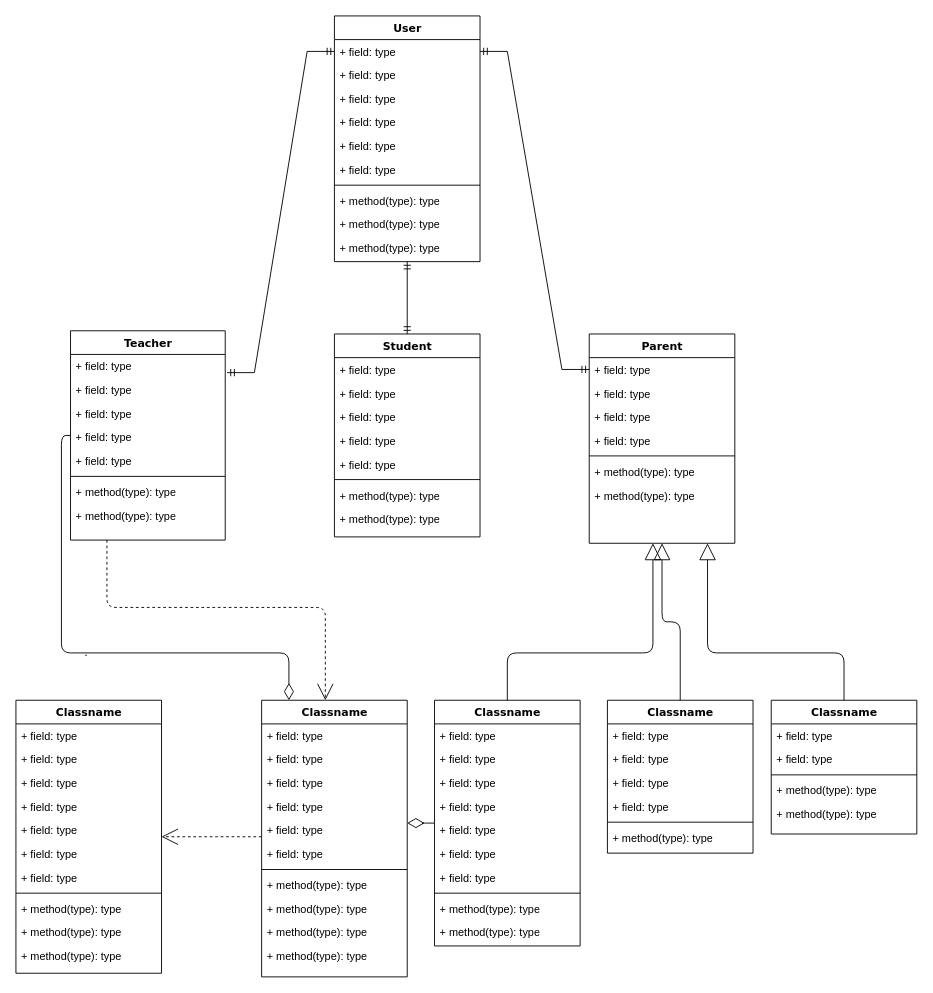
Before: Kokuban.drawio in Cmatrix1/Description-School-Project, a draw.io diagram. Source tidied: cells renumbered, new cells numbered last; positions are measured from the earlier drawing's top-left corner, leaving out a move shared by most shapes. Both pictures are drawn from the tidied source at 91%, with x=0, y=0 at pixel (15, 15).
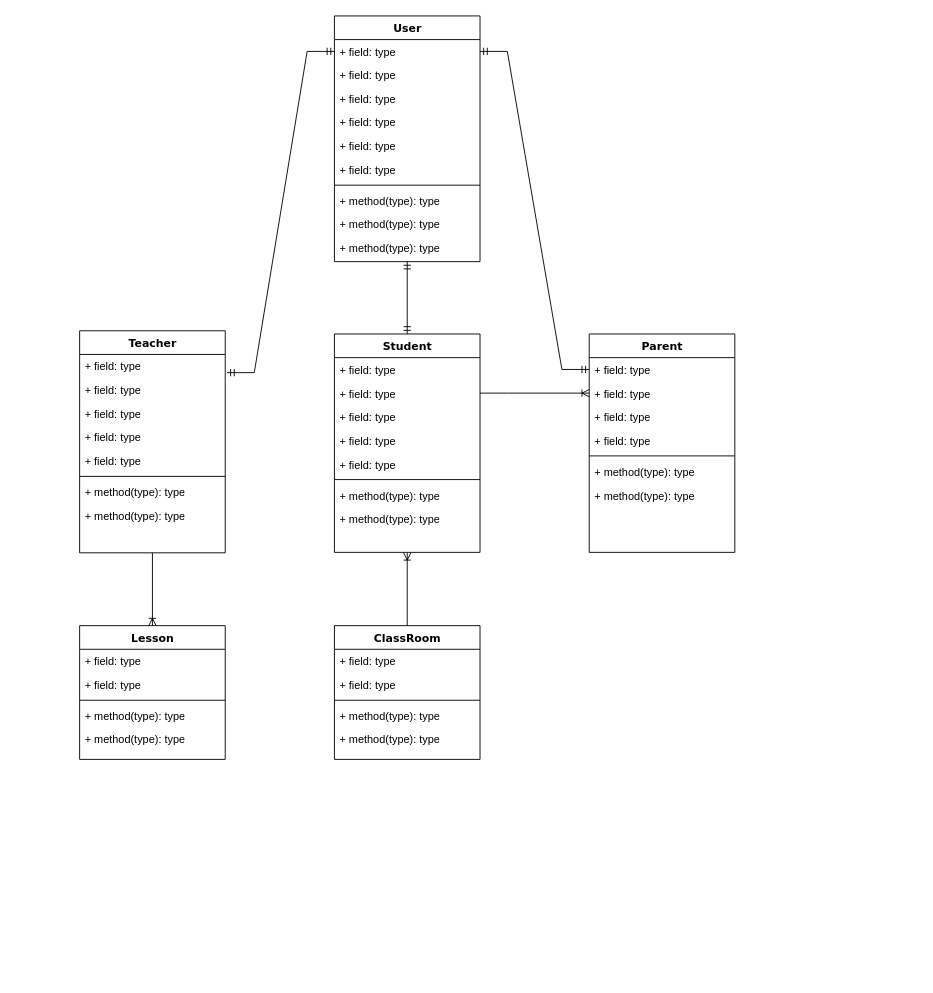
The same page after the edit.

The change refers to these unchanged cells:
```xml
<mxCell id="26" value="+ field: type" style="text;html=1;strokeColor=none;fillColor=none;align=left;verticalAlign=top;spacingLeft=4;spacingRight=4;whiteSpace=wrap;overflow=hidden;points=[[0,0.5],[1,0.5]];portConstraint=eastwest;" parent="24" vertex="1">
  <mxGeometry y="52" width="160" height="26" as="geometry" />
</mxCell>
<mxCell id="87" value="+ field: type" style="text;html=1;strokeColor=none;fillColor=none;align=left;verticalAlign=top;spacingLeft=4;spacingRight=4;whiteSpace=wrap;overflow=hidden;points=[[0,0.5],[1,0.5]];portConstraint=eastwest;" parent="85" vertex="1">
  <mxGeometry y="52" width="160" height="26" as="geometry" />
</mxCell>
```

Change to the diagram source:
```diff
@@
-    <mxCell id="2" style="edgeStyle=orthogonalEdgeStyle;html=1;labelBackgroundColor=none;startFill=0;startSize=8;endArrow=open;endFill=0;endSize=16;fontFamily=Verdana;fontSize=12;dashed=1;" parent="1" edge="1" source="4" target="46">
-      <mxGeometry relative="1" as="geometry">
-        <Array as="points">
-          <mxPoint x="100" y="650" />
-          <mxPoint x="340" y="650" />
-        </Array>
-      </mxGeometry>
-    </mxCell>
-    <mxCell id="3" value="." style="edgeStyle=orthogonalEdgeStyle;html=1;labelBackgroundColor=none;startFill=0;startSize=8;endArrow=diamondThin;endFill=0;endSize=16;fontFamily=Verdana;fontSize=12;" parent="1" edge="1" source="4" target="46">
-      <mxGeometry relative="1" as="geometry">
-        <Array as="points">
-          <mxPoint x="50" y="700" />
-          <mxPoint x="300" y="700" />
-        </Array>
-      </mxGeometry>
-    </mxCell>
     <mxCell id="4" value="Teacher" style="swimlane;html=1;fontStyle=1;align=center;verticalAlign=top;horizontal=1;startSize=26;swimlaneFillColor=#ffffff;rounded=0;shadow=0;comic=0;labelBackgroundColor=none;strokeWidth=1;fillColor=none;fontFamily=Verdana;fontSize=12;" parent="1" vertex="1">
-      <mxGeometry x="60" y="346" width="170" height="230" as="geometry" />
+      <mxGeometry x="70" y="346" width="160" height="244" as="geometry" />
     </mxCell>
     <mxCell id="5" value="+ field: type" style="text;html=1;strokeColor=none;fillColor=none;align=left;verticalAlign=top;spacingLeft=4;spacingRight=4;whiteSpace=wrap;overflow=hidden;points=[[0,0.5],[1,0.5]];portConstraint=eastwest;" parent="4" vertex="1">
-      <mxGeometry y="26" width="170" height="26" as="geometry" />
+      <mxGeometry y="26" width="160" height="26" as="geometry" />
     </mxCell>
     <mxCell id="6" value="+ field: type" style="text;html=1;strokeColor=none;fillColor=none;align=left;verticalAlign=top;spacingLeft=4;spacingRight=4;whiteSpace=wrap;overflow=hidden;" parent="4" vertex="1">
-      <mxGeometry y="52" width="170" height="26" as="geometry" />
+      <mxGeometry y="52" width="160" height="26" as="geometry" />
     </mxCell>
     <mxCell id="7" value="+ field: type" style="text;html=1;strokeColor=none;fillColor=none;align=left;verticalAlign=top;spacingLeft=4;spacingRight=4;whiteSpace=wrap;overflow=hidden;" parent="4" vertex="1">
-      <mxGeometry y="78" width="170" height="26" as="geometry" />
+      <mxGeometry y="78" width="160" height="26" as="geometry" />
     </mxCell>
     <mxCell id="8" value="+ field: type" style="text;html=1;strokeColor=none;fillColor=none;align=left;verticalAlign=top;spacingLeft=4;spacingRight=4;whiteSpace=wrap;overflow=hidden;" parent="4" vertex="1">
-      <mxGeometry y="104" width="170" height="26" as="geometry" />
+      <mxGeometry y="104" width="160" height="26" as="geometry" />
     </mxCell>
     <mxCell id="9" value="+ field: type" style="text;html=1;strokeColor=none;fillColor=none;align=left;verticalAlign=top;spacingLeft=4;spacingRight=4;whiteSpace=wrap;overflow=hidden;" parent="4" vertex="1">
-      <mxGeometry y="130" width="170" height="26" as="geometry" />
+      <mxGeometry y="130" width="160" height="26" as="geometry" />
     </mxCell>
     <mxCell id="10" style="line;html=1;strokeWidth=1;fillColor=none;align=left;verticalAlign=middle;spacingTop=-1;spacingLeft=3;spacingRight=3;labelPosition=right;" parent="4" vertex="1">
-      <mxGeometry y="156" width="170" height="8" as="geometry" />
+      <mxGeometry y="156" width="160" height="8" as="geometry" />
     </mxCell>
     <mxCell id="11" value="+ method(type): type" style="text;html=1;strokeColor=none;fillColor=none;align=left;verticalAlign=top;spacingLeft=4;spacingRight=4;whiteSpace=wrap;overflow=hidden;" parent="4" vertex="1">
-      <mxGeometry y="164" width="170" height="26" as="geometry" />
+      <mxGeometry y="164" width="160" height="26" as="geometry" />
     </mxCell>
     <mxCell id="12" value="+ method(type): type" style="text;html=1;strokeColor=none;fillColor=none;align=left;verticalAlign=top;spacingLeft=4;spacingRight=4;whiteSpace=wrap;overflow=hidden;" parent="4" vertex="1">
-      <mxGeometry y="190" width="170" height="26" as="geometry" />
+      <mxGeometry y="190" width="160" height="26" as="geometry" />
     </mxCell>
@@
     <mxCell id="24" value="Parent" style="swimlane;html=1;fontStyle=1;align=center;verticalAlign=top;horizontal=1;startSize=26;swimlaneFillColor=#ffffff;rounded=0;shadow=0;comic=0;labelBackgroundColor=none;strokeWidth=1;fillColor=none;fontFamily=Verdana;fontSize=12;" parent="1" vertex="1">
-      <mxGeometry x="630" y="349.5" width="160" height="230" as="geometry" />
+      <mxGeometry x="630" y="349.5" width="160" height="240" as="geometry" />
     </mxCell>
@@
     <mxCell id="31" value="+ method(type): type" style="text;html=1;strokeColor=none;fillColor=none;align=left;verticalAlign=top;spacingLeft=4;spacingRight=4;whiteSpace=wrap;overflow=hidden;" parent="24" vertex="1">
-      <mxGeometry y="164" width="160" height="66" as="geometry" />
+      <mxGeometry y="164" width="160" height="76" as="geometry" />
     </mxCell>
-    <mxCell id="32" style="edgeStyle=elbowEdgeStyle;html=1;labelBackgroundColor=none;startFill=0;startSize=8;endArrow=open;endFill=0;endSize=16;fontFamily=Verdana;fontSize=12;elbow=vertical;dashed=1;" parent="1" edge="1" source="46" target="33">
-      <mxGeometry relative="1" as="geometry" />
-    </mxCell>
-    <mxCell id="33" value="Classname" style="swimlane;html=1;fontStyle=1;align=center;verticalAlign=top;horizontal=1;startSize=26;swimlaneFillColor=#ffffff;rounded=0;shadow=0;comic=0;labelBackgroundColor=none;strokeWidth=1;fillColor=none;fontFamily=Verdana;fontSize=12;" parent="1" vertex="1">
-      <mxGeometry y="752" width="160" height="300" as="geometry" />
-    </mxCell>
-    <mxCell id="34" value="+ field: type" style="text;html=1;strokeColor=none;fillColor=none;align=left;verticalAlign=top;spacingLeft=4;spacingRight=4;whiteSpace=wrap;overflow=hidden;" parent="33" vertex="1">
-      <mxGeometry y="26" width="160" height="26" as="geometry" />
-    </mxCell>
-    <mxCell id="35" value="+ field: type" style="text;html=1;strokeColor=none;fillColor=none;align=left;verticalAlign=top;spacingLeft=4;spacingRight=4;whiteSpace=wrap;overflow=hidden;" parent="33" vertex="1">
-      <mxGeometry y="52" width="160" height="26" as="geometry" />
-    </mxCell>
-    <mxCell id="36" value="+ field: type" style="text;html=1;strokeColor=none;fillColor=none;align=left;verticalAlign=top;spacingLeft=4;spacingRight=4;whiteSpace=wrap;overflow=hidden;" parent="33" vertex="1">
-      <mxGeometry y="78" width="160" height="26" as="geometry" />
-    </mxCell>
-    <mxCell id="37" value="+ field: type" style="text;html=1;strokeColor=none;fillColor=none;align=left;verticalAlign=top;spacingLeft=4;spacingRight=4;whiteSpace=wrap;overflow=hidden;" parent="33" vertex="1">
-      <mxGeometry y="104" width="160" height="26" as="geometry" />
-    </mxCell>
-    <mxCell id="38" value="+ field: type" style="text;html=1;strokeColor=none;fillColor=none;align=left;verticalAlign=top;spacingLeft=4;spacingRight=4;whiteSpace=wrap;overflow=hidden;" parent="33" vertex="1">
-      <mxGeometry y="130" width="160" height="26" as="geometry" />
-    </mxCell>
-    <mxCell id="39" value="+ field: type" style="text;html=1;strokeColor=none;fillColor=none;align=left;verticalAlign=top;spacingLeft=4;spacingRight=4;whiteSpace=wrap;overflow=hidden;" parent="33" vertex="1">
-      <mxGeometry y="156" width="160" height="26" as="geometry" />
-    </mxCell>
-    <mxCell id="40" value="+ field: type" style="text;html=1;strokeColor=none;fillColor=none;align=left;verticalAlign=top;spacingLeft=4;spacingRight=4;whiteSpace=wrap;overflow=hidden;" parent="33" vertex="1">
-      <mxGeometry y="182" width="160" height="26" as="geometry" />
-    </mxCell>
-    <mxCell id="41" style="line;html=1;strokeWidth=1;fillColor=none;align=left;verticalAlign=middle;spacingTop=-1;spacingLeft=3;spacingRight=3;labelPosition=right;" parent="33" vertex="1">
-      <mxGeometry y="208" width="160" height="8" as="geometry" />
-    </mxCell>
-    <mxCell id="42" value="+ method(type): type" style="text;html=1;strokeColor=none;fillColor=none;align=left;verticalAlign=top;spacingLeft=4;spacingRight=4;whiteSpace=wrap;overflow=hidden;" parent="33" vertex="1">
-      <mxGeometry y="216" width="160" height="26" as="geometry" />
-    </mxCell>
-    <mxCell id="43" value="+ method(type): type" style="text;html=1;strokeColor=none;fillColor=none;align=left;verticalAlign=top;spacingLeft=4;spacingRight=4;whiteSpace=wrap;overflow=hidden;" parent="33" vertex="1">
-      <mxGeometry y="242" width="160" height="26" as="geometry" />
-    </mxCell>
-    <mxCell id="44" value="+ method(type): type" style="text;html=1;strokeColor=none;fillColor=none;align=left;verticalAlign=top;spacingLeft=4;spacingRight=4;whiteSpace=wrap;overflow=hidden;" parent="33" vertex="1">
-      <mxGeometry y="268" width="160" height="26" as="geometry" />
-    </mxCell>
-    <mxCell id="45" style="edgeStyle=elbowEdgeStyle;html=1;labelBackgroundColor=none;startFill=0;startSize=8;endArrow=diamondThin;endFill=0;endSize=16;fontFamily=Verdana;fontSize=12;elbow=vertical;" parent="1" edge="1" source="59" target="46">
-      <mxGeometry relative="1" as="geometry" />
-    </mxCell>
-    <mxCell id="46" value="Classname" style="swimlane;html=1;fontStyle=1;align=center;verticalAlign=top;horizontal=1;startSize=26;swimlaneFillColor=#ffffff;rounded=0;shadow=0;comic=0;labelBackgroundColor=none;strokeWidth=1;fillColor=none;fontFamily=Verdana;fontSize=12;" parent="1" vertex="1">
-      <mxGeometry x="270" y="752" width="160" height="304" as="geometry" />
-    </mxCell>
-    <mxCell id="47" value="+ field: type" style="text;html=1;strokeColor=none;fillColor=none;align=left;verticalAlign=top;spacingLeft=4;spacingRight=4;whiteSpace=wrap;overflow=hidden;" parent="46" vertex="1">
-      <mxGeometry y="26" width="160" height="26" as="geometry" />
-    </mxCell>
-    <mxCell id="48" value="+ field: type" style="text;html=1;strokeColor=none;fillColor=none;align=left;verticalAlign=top;spacingLeft=4;spacingRight=4;whiteSpace=wrap;overflow=hidden;" parent="46" vertex="1">
-      <mxGeometry y="52" width="160" height="26" as="geometry" />
-    </mxCell>
-    <mxCell id="49" value="+ field: type" style="text;html=1;strokeColor=none;fillColor=none;align=left;verticalAlign=top;spacingLeft=4;spacingRight=4;whiteSpace=wrap;overflow=hidden;" parent="46" vertex="1">
-      <mxGeometry y="78" width="160" height="26" as="geometry" />
-    </mxCell>
-    <mxCell id="50" value="+ field: type" style="text;html=1;strokeColor=none;fillColor=none;align=left;verticalAlign=top;spacingLeft=4;spacingRight=4;whiteSpace=wrap;overflow=hidden;" parent="46" vertex="1">
-      <mxGeometry y="104" width="160" height="26" as="geometry" />
-    </mxCell>
-    <mxCell id="51" value="+ field: type" style="text;html=1;strokeColor=none;fillColor=none;align=left;verticalAlign=top;spacingLeft=4;spacingRight=4;whiteSpace=wrap;overflow=hidden;" parent="46" vertex="1">
-      <mxGeometry y="130" width="160" height="26" as="geometry" />
-    </mxCell>
-    <mxCell id="52" value="+ field: type" style="text;html=1;strokeColor=none;fillColor=none;align=left;verticalAlign=top;spacingLeft=4;spacingRight=4;whiteSpace=wrap;overflow=hidden;" parent="46" vertex="1">
-      <mxGeometry y="156" width="160" height="26" as="geometry" />
-    </mxCell>
-    <mxCell id="53" style="line;html=1;strokeWidth=1;fillColor=none;align=left;verticalAlign=middle;spacingTop=-1;spacingLeft=3;spacingRight=3;labelPosition=right;" parent="46" vertex="1">
-      <mxGeometry y="182" width="160" height="8" as="geometry" />
-    </mxCell>
-    <mxCell id="54" value="+ method(type): type" style="text;html=1;strokeColor=none;fillColor=none;align=left;verticalAlign=top;spacingLeft=4;spacingRight=4;whiteSpace=wrap;overflow=hidden;" parent="46" vertex="1">
-      <mxGeometry y="190" width="160" height="26" as="geometry" />
-    </mxCell>
-    <mxCell id="55" value="+ method(type): type" style="text;html=1;strokeColor=none;fillColor=none;align=left;verticalAlign=top;spacingLeft=4;spacingRight=4;whiteSpace=wrap;overflow=hidden;" parent="46" vertex="1">
-      <mxGeometry y="216" width="160" height="26" as="geometry" />
-    </mxCell>
-    <mxCell id="56" value="+ method(type): type" style="text;html=1;strokeColor=none;fillColor=none;align=left;verticalAlign=top;spacingLeft=4;spacingRight=4;whiteSpace=wrap;overflow=hidden;" parent="46" vertex="1">
-      <mxGeometry y="242" width="160" height="26" as="geometry" />
-    </mxCell>
-    <mxCell id="57" value="+ method(type): type" style="text;html=1;strokeColor=none;fillColor=none;align=left;verticalAlign=top;spacingLeft=4;spacingRight=4;whiteSpace=wrap;overflow=hidden;" parent="46" vertex="1">
-      <mxGeometry y="268" width="160" height="26" as="geometry" />
-    </mxCell>
-    <mxCell id="58" style="edgeStyle=orthogonalEdgeStyle;html=1;labelBackgroundColor=none;startFill=0;startSize=8;endArrow=block;endFill=0;endSize=16;fontFamily=Verdana;fontSize=12;" parent="1" edge="1" source="59" target="24">
-      <mxGeometry relative="1" as="geometry">
-        <Array as="points">
-          <mxPoint x="540" y="700" />
-          <mxPoint x="700" y="700" />
-        </Array>
-      </mxGeometry>
-    </mxCell>
-    <mxCell id="59" value="Classname" style="swimlane;html=1;fontStyle=1;align=center;verticalAlign=top;horizontal=1;startSize=26;swimlaneFillColor=#ffffff;rounded=0;shadow=0;comic=0;labelBackgroundColor=none;strokeWidth=1;fillColor=none;fontFamily=Verdana;fontSize=12;" parent="1" vertex="1">
-      <mxGeometry x="460" y="752" width="160" height="270" as="geometry" />
-    </mxCell>
-    <mxCell id="60" value="+ field: type" style="text;html=1;strokeColor=none;fillColor=none;align=left;verticalAlign=top;spacingLeft=4;spacingRight=4;whiteSpace=wrap;overflow=hidden;" parent="59" vertex="1">
-      <mxGeometry y="26" width="160" height="26" as="geometry" />
-    </mxCell>
-    <mxCell id="61" value="+ field: type" style="text;html=1;strokeColor=none;fillColor=none;align=left;verticalAlign=top;spacingLeft=4;spacingRight=4;whiteSpace=wrap;overflow=hidden;" parent="59" vertex="1">
-      <mxGeometry y="52" width="160" height="26" as="geometry" />
-    </mxCell>
-    <mxCell id="62" value="+ field: type" style="text;html=1;strokeColor=none;fillColor=none;align=left;verticalAlign=top;spacingLeft=4;spacingRight=4;whiteSpace=wrap;overflow=hidden;" parent="59" vertex="1">
-      <mxGeometry y="78" width="160" height="26" as="geometry" />
-    </mxCell>
-    <mxCell id="63" value="+ field: type" style="text;html=1;strokeColor=none;fillColor=none;align=left;verticalAlign=top;spacingLeft=4;spacingRight=4;whiteSpace=wrap;overflow=hidden;" parent="59" vertex="1">
-      <mxGeometry y="104" width="160" height="26" as="geometry" />
-    </mxCell>
-    <mxCell id="64" value="+ field: type" style="text;html=1;strokeColor=none;fillColor=none;align=left;verticalAlign=top;spacingLeft=4;spacingRight=4;whiteSpace=wrap;overflow=hidden;" parent="59" vertex="1">
-      <mxGeometry y="130" width="160" height="26" as="geometry" />
-    </mxCell>
-    <mxCell id="65" value="+ field: type" style="text;html=1;strokeColor=none;fillColor=none;align=left;verticalAlign=top;spacingLeft=4;spacingRight=4;whiteSpace=wrap;overflow=hidden;" parent="59" vertex="1">
-      <mxGeometry y="156" width="160" height="26" as="geometry" />
-    </mxCell>
-    <mxCell id="66" value="+ field: type" style="text;html=1;strokeColor=none;fillColor=none;align=left;verticalAlign=top;spacingLeft=4;spacingRight=4;whiteSpace=wrap;overflow=hidden;" parent="59" vertex="1">
-      <mxGeometry y="182" width="160" height="26" as="geometry" />
-    </mxCell>
-    <mxCell id="67" style="line;html=1;strokeWidth=1;fillColor=none;align=left;verticalAlign=middle;spacingTop=-1;spacingLeft=3;spacingRight=3;labelPosition=right;" parent="59" vertex="1">
-      <mxGeometry y="208" width="160" height="8" as="geometry" />
-    </mxCell>
-    <mxCell id="68" value="+ method(type): type" style="text;html=1;strokeColor=none;fillColor=none;align=left;verticalAlign=top;spacingLeft=4;spacingRight=4;whiteSpace=wrap;overflow=hidden;" parent="59" vertex="1">
-      <mxGeometry y="216" width="160" height="26" as="geometry" />
-    </mxCell>
-    <mxCell id="69" value="+ method(type): type" style="text;html=1;strokeColor=none;fillColor=none;align=left;verticalAlign=top;spacingLeft=4;spacingRight=4;whiteSpace=wrap;overflow=hidden;" parent="59" vertex="1">
-      <mxGeometry y="242" width="160" height="26" as="geometry" />
-    </mxCell>
-    <mxCell id="70" style="edgeStyle=orthogonalEdgeStyle;html=1;labelBackgroundColor=none;startFill=0;startSize=8;endArrow=block;endFill=0;endSize=16;fontFamily=Verdana;fontSize=12;" parent="1" edge="1" source="71" target="24">
-      <mxGeometry relative="1" as="geometry" />
-    </mxCell>
-    <mxCell id="71" value="Classname" style="swimlane;html=1;fontStyle=1;align=center;verticalAlign=top;horizontal=1;startSize=26;swimlaneFillColor=#ffffff;rounded=0;shadow=0;comic=0;labelBackgroundColor=none;strokeWidth=1;fillColor=none;fontFamily=Verdana;fontSize=12;" parent="1" vertex="1">
-      <mxGeometry x="650" y="752" width="160" height="168" as="geometry" />
-    </mxCell>
-    <mxCell id="72" value="+ field: type" style="text;html=1;strokeColor=none;fillColor=none;align=left;verticalAlign=top;spacingLeft=4;spacingRight=4;whiteSpace=wrap;overflow=hidden;" parent="71" vertex="1">
-      <mxGeometry y="26" width="160" height="26" as="geometry" />
-    </mxCell>
-    <mxCell id="73" value="+ field: type" style="text;html=1;strokeColor=none;fillColor=none;align=left;verticalAlign=top;spacingLeft=4;spacingRight=4;whiteSpace=wrap;overflow=hidden;" parent="71" vertex="1">
-      <mxGeometry y="52" width="160" height="26" as="geometry" />
-    </mxCell>
-    <mxCell id="74" value="+ field: type" style="text;html=1;strokeColor=none;fillColor=none;align=left;verticalAlign=top;spacingLeft=4;spacingRight=4;whiteSpace=wrap;overflow=hidden;" parent="71" vertex="1">
-      <mxGeometry y="78" width="160" height="26" as="geometry" />
-    </mxCell>
-    <mxCell id="75" value="+ field: type" style="text;html=1;strokeColor=none;fillColor=none;align=left;verticalAlign=top;spacingLeft=4;spacingRight=4;whiteSpace=wrap;overflow=hidden;" parent="71" vertex="1">
-      <mxGeometry y="104" width="160" height="26" as="geometry" />
-    </mxCell>
-    <mxCell id="76" style="line;html=1;strokeWidth=1;fillColor=none;align=left;verticalAlign=middle;spacingTop=-1;spacingLeft=3;spacingRight=3;labelPosition=right;" parent="71" vertex="1">
-      <mxGeometry y="130" width="160" height="8" as="geometry" />
-    </mxCell>
-    <mxCell id="77" value="+ method(type): type" style="text;html=1;strokeColor=none;fillColor=none;align=left;verticalAlign=top;spacingLeft=4;spacingRight=4;whiteSpace=wrap;overflow=hidden;" parent="71" vertex="1">
-      <mxGeometry y="138" width="160" height="26" as="geometry" />
-    </mxCell>
-    <mxCell id="78" style="edgeStyle=orthogonalEdgeStyle;html=1;labelBackgroundColor=none;startFill=0;startSize=8;endArrow=block;endFill=0;endSize=16;fontFamily=Verdana;fontSize=12;" parent="1" edge="1" source="79" target="24">
-      <mxGeometry relative="1" as="geometry">
-        <Array as="points">
-          <mxPoint x="910" y="700" />
-          <mxPoint x="760" y="700" />
-        </Array>
-      </mxGeometry>
-    </mxCell>
-    <mxCell id="79" value="Classname" style="swimlane;html=1;fontStyle=1;align=center;verticalAlign=top;horizontal=1;startSize=26;swimlaneFillColor=#ffffff;rounded=0;shadow=0;comic=0;labelBackgroundColor=none;strokeWidth=1;fillColor=none;fontFamily=Verdana;fontSize=12;" parent="1" vertex="1">
-      <mxGeometry x="830" y="752" width="160" height="147" as="geometry" />
+    <mxCell id="79" value="Lesson" style="swimlane;html=1;fontStyle=1;align=center;verticalAlign=top;horizontal=1;startSize=26;swimlaneFillColor=#ffffff;rounded=0;shadow=0;comic=0;labelBackgroundColor=none;strokeWidth=1;fillColor=none;fontFamily=Verdana;fontSize=12;" parent="1" vertex="1">
+      <mxGeometry x="70" y="670" width="160" height="147" as="geometry" />
     </mxCell>
@@
     <mxCell id="85" value="Student" style="swimlane;html=1;fontStyle=1;align=center;verticalAlign=top;horizontal=1;startSize=26;swimlaneFillColor=#ffffff;rounded=0;shadow=0;comic=0;labelBackgroundColor=none;strokeWidth=1;fillColor=none;fontFamily=Verdana;fontSize=12;" parent="1" vertex="1">
-      <mxGeometry x="350" y="349.5" width="160" height="223" as="geometry" />
+      <mxGeometry x="350" y="349.5" width="160" height="240" as="geometry" />
     </mxCell>
@@
     <mxCell id="93" value="+ method(type): type" style="text;html=1;strokeColor=none;fillColor=none;align=left;verticalAlign=top;spacingLeft=4;spacingRight=4;whiteSpace=wrap;overflow=hidden;" parent="85" vertex="1">
-      <mxGeometry y="190" width="160" height="26" as="geometry" />
+      <mxGeometry y="190" width="160" height="50" as="geometry" />
     </mxCell>
@@
+    <mxCell id="97" style="fontSize=12;html=1;endArrow=ERoneToMany;rounded=0;exitX=0.5;exitY=1;exitDx=0;exitDy=0;entryX=0.5;entryY=0;entryDx=0;entryDy=0;" parent="1" edge="1" source="4" target="79">
+      <mxGeometry relative="1" as="geometry" />
+    </mxCell>
+    <mxCell id="98" value="ClassRoom" style="swimlane;html=1;fontStyle=1;align=center;verticalAlign=top;horizontal=1;startSize=26;swimlaneFillColor=#ffffff;rounded=0;shadow=0;comic=0;labelBackgroundColor=none;strokeWidth=1;fillColor=none;fontFamily=Verdana;fontSize=12;" parent="1" vertex="1">
+      <mxGeometry x="350" y="670" width="160" height="147" as="geometry" />
+    </mxCell>
+    <mxCell id="99" value="+ field: type" style="text;html=1;strokeColor=none;fillColor=none;align=left;verticalAlign=top;spacingLeft=4;spacingRight=4;whiteSpace=wrap;overflow=hidden;" parent="98" vertex="1">
+      <mxGeometry y="26" width="160" height="26" as="geometry" />
+    </mxCell>
+    <mxCell id="100" value="+ field: type" style="text;html=1;strokeColor=none;fillColor=none;align=left;verticalAlign=top;spacingLeft=4;spacingRight=4;whiteSpace=wrap;overflow=hidden;" parent="98" vertex="1">
+      <mxGeometry y="52" width="160" height="26" as="geometry" />
+    </mxCell>
+    <mxCell id="101" style="line;html=1;strokeWidth=1;fillColor=none;align=left;verticalAlign=middle;spacingTop=-1;spacingLeft=3;spacingRight=3;labelPosition=right;" parent="98" vertex="1">
+      <mxGeometry y="78" width="160" height="8" as="geometry" />
+    </mxCell>
+    <mxCell id="102" value="+ method(type): type" style="text;html=1;strokeColor=none;fillColor=none;align=left;verticalAlign=top;spacingLeft=4;spacingRight=4;whiteSpace=wrap;overflow=hidden;" parent="98" vertex="1">
+      <mxGeometry y="86" width="160" height="26" as="geometry" />
+    </mxCell>
+    <mxCell id="103" value="+ method(type): type" style="text;html=1;strokeColor=none;fillColor=none;align=left;verticalAlign=top;spacingLeft=4;spacingRight=4;whiteSpace=wrap;overflow=hidden;" parent="98" vertex="1">
+      <mxGeometry y="112" width="160" height="26" as="geometry" />
+    </mxCell>
+    <mxCell id="104" style="fontSize=12;html=1;endArrow=ERoneToMany;rounded=0;exitX=0.5;exitY=0;exitDx=0;exitDy=0;" parent="1" edge="1" source="98">
+      <mxGeometry relative="1" as="geometry">
+        <mxPoint x="430" y="590" as="targetPoint" />
+      </mxGeometry>
+    </mxCell>
+    <mxCell id="105" style="edgeStyle=entityRelationEdgeStyle;fontSize=12;html=1;endArrow=ERoneToMany;rounded=0;entryX=0;entryY=0.5;entryDx=0;entryDy=0;exitX=1;exitY=0.5;exitDx=0;exitDy=0;" parent="1" edge="1" source="87" target="26">
+      <mxGeometry relative="1" as="geometry">
+        <Array as="points">
+          <mxPoint x="550" y="510" />
+        </Array>
+      </mxGeometry>
+    </mxCell>
```
